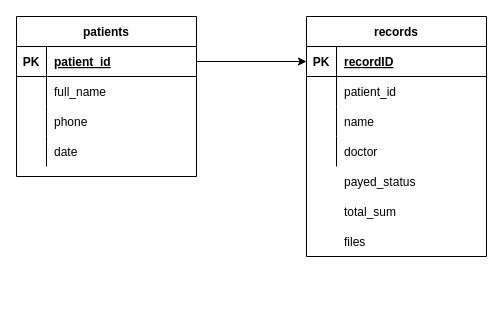
tursunovJr/courseWork-DB keeps this draw.io diagram as docs/er-diagram.drawio. Above is the earlier version. Source tidied: cells renumbered, new cells numbered last; positions are measured from the earlier drawing's top-left corner, leaving out a move shared by most shapes. Both pictures are drawn from the tidied source at 100%, with x=0, y=0 at pixel (16, 16).
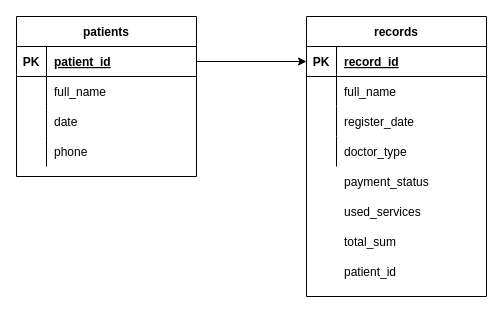
Above is the later version.

Unchanged cells that the change refers to:
```xml
<mxCell id="9" style="shape=partialRectangle;fillColor=none;top=0;left=0;bottom=0;right=0;" parent="2" vertex="1">
  <mxGeometry y="90" width="180" height="30" as="geometry" />
</mxCell>
<mxCell id="12" style="shape=partialRectangle;fillColor=none;top=0;left=0;bottom=0;right=0;" parent="2" vertex="1">
  <mxGeometry y="120" width="180" height="30" as="geometry" />
</mxCell>
<mxCell id="16" style="shape=partialRectangle;fillColor=none;top=0;left=0;bottom=1;right=0;points=[[0,0.5],[1,0.5]];portConstraint=eastwest;" parent="15" vertex="1">
  <mxGeometry y="30" width="180" height="30" as="geometry" />
</mxCell>
<mxCell id="19" style="shape=partialRectangle;fillColor=none;top=0;left=0;bottom=0;right=0;" parent="15" vertex="1">
  <mxGeometry y="60" width="180" height="30" as="geometry" />
</mxCell>
<mxCell id="22" style="shape=partialRectangle;fillColor=none;top=0;left=0;bottom=0;right=0;" parent="15" vertex="1">
  <mxGeometry y="90" width="180" height="30" as="geometry" />
</mxCell>
<mxCell id="25" style="shape=partialRectangle;fillColor=none;top=0;left=0;bottom=0;right=0;" parent="15" vertex="1">
  <mxGeometry y="120" width="180" height="30" as="geometry" />
</mxCell>
```

Diff of the diagram source:
```diff
@@
-    <mxCell id="11" value="phone" style="shape=partialRectangle;fillColor=none;top=0;left=0;bottom=0;right=0;align=left;spacingLeft=6;overflow=hidden;" parent="9" vertex="1">
+    <mxCell id="11" value="date" style="shape=partialRectangle;fillColor=none;top=0;left=0;bottom=0;right=0;align=left;spacingLeft=6;overflow=hidden;" parent="9" vertex="1">
       <mxGeometry x="30" width="150" height="30" as="geometry" />
     </mxCell>
@@
-    <mxCell id="14" value="date" style="shape=partialRectangle;fillColor=none;top=0;left=0;bottom=0;right=0;align=left;spacingLeft=6;overflow=hidden;" parent="12" vertex="1">
+    <mxCell id="14" value="phone" style="shape=partialRectangle;fillColor=none;top=0;left=0;bottom=0;right=0;align=left;spacingLeft=6;overflow=hidden;" parent="12" vertex="1">
       <mxGeometry x="30" width="150" height="30" as="geometry" />
     </mxCell>
     <mxCell id="15" value="records" style="shape=table;startSize=30;childLayout=tableLayout;rowLines=0;fontStyle=1;align=center;" parent="1" vertex="1">
-      <mxGeometry x="290" width="180" height="240" as="geometry" />
+      <mxGeometry x="290" width="180" height="280" as="geometry" />
     </mxCell>
@@
-    <mxCell id="18" value="recordID" style="shape=partialRectangle;fillColor=none;top=0;left=0;bottom=0;right=0;align=left;spacingLeft=6;fontStyle=5;overflow=hidden;" parent="16" vertex="1">
+    <mxCell id="18" value="record_id" style="shape=partialRectangle;fillColor=none;top=0;left=0;bottom=0;right=0;align=left;spacingLeft=6;fontStyle=5;overflow=hidden;" parent="16" vertex="1">
       <mxGeometry x="30" width="150" height="30" as="geometry" />
     </mxCell>
@@
-    <mxCell id="21" value="patient_id" style="shape=partialRectangle;fillColor=none;top=0;left=0;bottom=0;right=0;align=left;spacingLeft=6;overflow=hidden;" parent="19" vertex="1">
+    <mxCell id="21" value="full_name" style="shape=partialRectangle;fillColor=none;top=0;left=0;bottom=0;right=0;align=left;spacingLeft=6;overflow=hidden;" parent="19" vertex="1">
       <mxGeometry x="30" width="150" height="30" as="geometry" />
     </mxCell>
@@
-    <mxCell id="24" value="name" style="shape=partialRectangle;fillColor=none;top=0;left=0;bottom=0;right=0;align=left;spacingLeft=6;overflow=hidden;" parent="22" vertex="1">
+    <mxCell id="24" value="register_date" style="shape=partialRectangle;fillColor=none;top=0;left=0;bottom=0;right=0;align=left;spacingLeft=6;overflow=hidden;" parent="22" vertex="1">
       <mxGeometry x="30" width="150" height="30" as="geometry" />
     </mxCell>
@@
-    <mxCell id="27" value="doctor" style="shape=partialRectangle;fillColor=none;top=0;left=0;bottom=0;right=0;align=left;spacingLeft=6;overflow=hidden;" parent="25" vertex="1">
+    <mxCell id="27" value="doctor_type" style="shape=partialRectangle;fillColor=none;top=0;left=0;bottom=0;right=0;align=left;spacingLeft=6;overflow=hidden;" parent="25" vertex="1">
       <mxGeometry x="30" width="150" height="30" as="geometry" />
     </mxCell>
-    <mxCell id="28" value="payed_status" style="shape=partialRectangle;fillColor=none;top=0;left=0;bottom=0;right=0;align=left;spacingLeft=6;overflow=hidden;" parent="1" vertex="1">
+    <mxCell id="28" value="payment_status" style="shape=partialRectangle;fillColor=none;top=0;left=0;bottom=0;right=0;align=left;spacingLeft=6;overflow=hidden;" parent="1" vertex="1">
       <mxGeometry x="320" y="150" width="150" height="30" as="geometry" />
     </mxCell>
-    <mxCell id="29" value="total_sum" style="shape=partialRectangle;fillColor=none;top=0;left=0;bottom=0;right=0;align=left;spacingLeft=6;overflow=hidden;" parent="1" vertex="1">
+    <mxCell id="29" value="used_services" style="shape=partialRectangle;fillColor=none;top=0;left=0;bottom=0;right=0;align=left;spacingLeft=6;overflow=hidden;" parent="1" vertex="1">
       <mxGeometry x="320" y="180" width="150" height="30" as="geometry" />
     </mxCell>
-    <mxCell id="30" value="files" style="shape=partialRectangle;fillColor=none;top=0;left=0;bottom=0;right=0;align=left;spacingLeft=6;overflow=hidden;" parent="1" vertex="1">
+    <mxCell id="30" value="total_sum" style="shape=partialRectangle;fillColor=none;top=0;left=0;bottom=0;right=0;align=left;spacingLeft=6;overflow=hidden;" parent="1" vertex="1">
       <mxGeometry x="320" y="210" width="150" height="30" as="geometry" />
     </mxCell>
@@
+    <mxCell id="32" value="patient_id" style="shape=partialRectangle;fillColor=none;top=0;left=0;bottom=0;right=0;align=left;spacingLeft=6;overflow=hidden;" parent="1" vertex="1">
+      <mxGeometry x="320" y="240" width="150" height="30" as="geometry" />
+    </mxCell>
```
